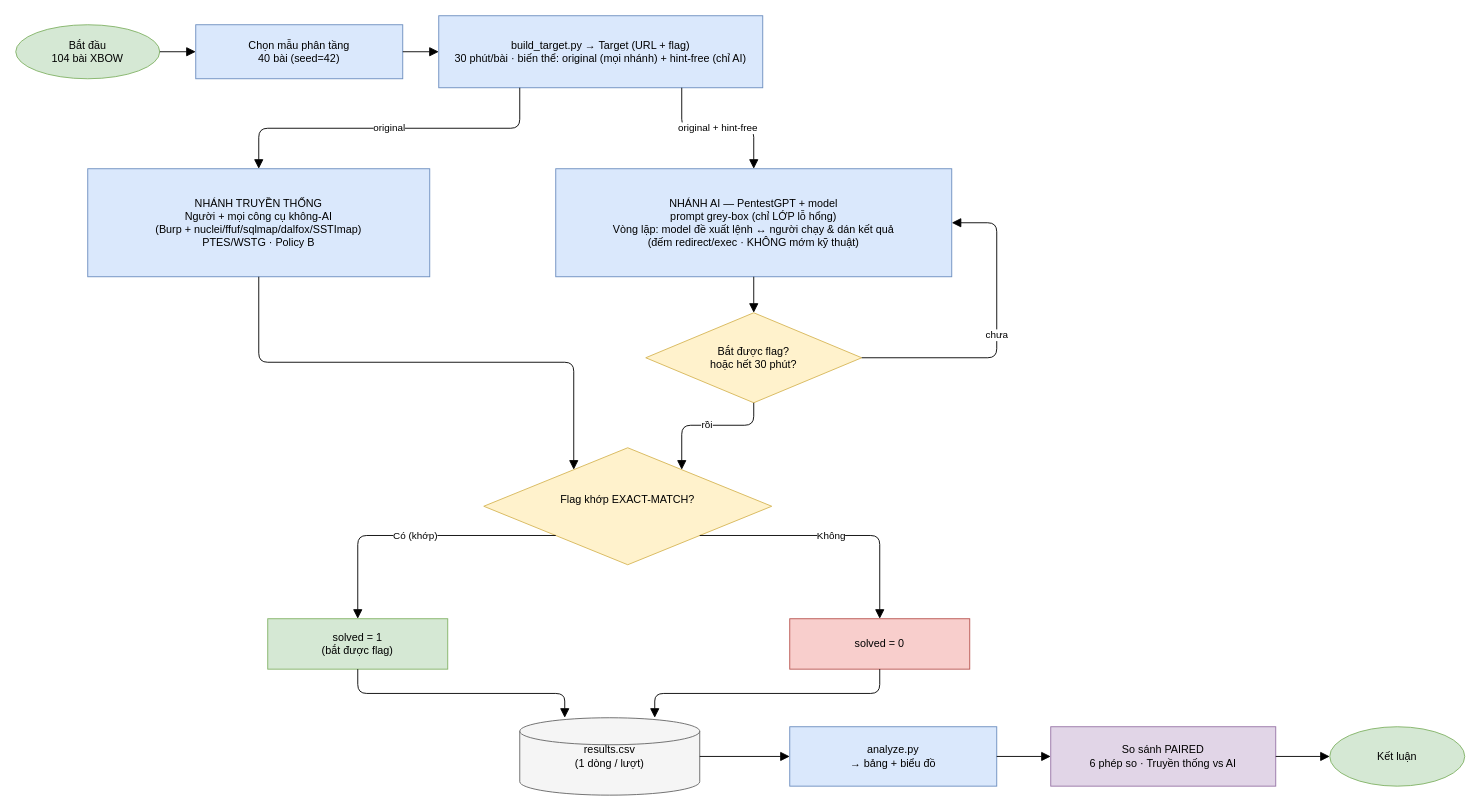
Before: docs/workflow.drawio in VuNguyenBinh/KLTN-FA26, a draw.io diagram. Source tidied: cells renumbered, new cells numbered last; positions are measured from the earlier drawing's top-left corner, leaving out a move shared by most shapes. Both pictures are drawn from the tidied source at 90%, with x=0, y=0 at pixel (15, 15).
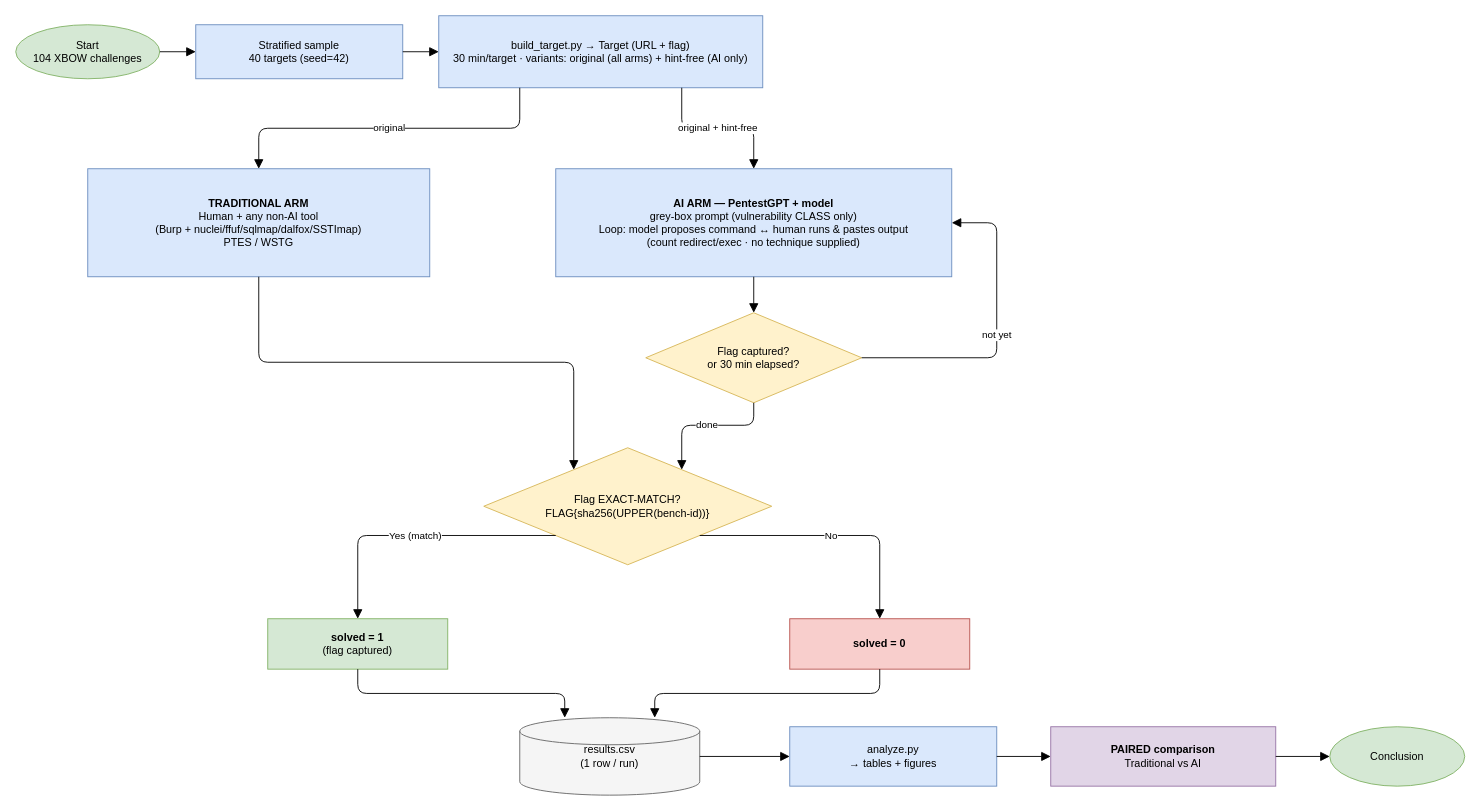
The same page after the edit.

Commit message:
docs(workflow.drawio): translate to English, fix empty EXACT-MATCH node

- All node/edge labels translated to English (start, sample, build_target,
  traditional/AI arms, decisions, solved 1/0, results.csv, analyze, paired,
  conclusion)
- Fixed the EXACT-MATCH diamond that had an empty <div> and no formula; now
  shows "Flag EXACT-MATCH? FLAG{sha256(UPPER(bench-id))}"
- Bold titles on the arm/outcome boxes; white background and layout unchanged

What changed in the source:
```diff
@@
-    <mxCell id="2" value="Bắt đầu&#10;104 bài XBOW" style="ellipse;whiteSpace=wrap;html=1;convertToSvg=1;fillColor=#d5e8d4;strokeColor=#82b366;" parent="1" vertex="1">
+    <mxCell id="2" value="Start&#10;104 XBOW challenges" style="ellipse;whiteSpace=wrap;html=1;convertToSvg=1;fillColor=#d5e8d4;strokeColor=#82b366;" parent="1" vertex="1">
       <mxGeometry y="10" width="160" height="60" as="geometry" />
     </mxCell>
-    <mxCell id="3" value="Chọn mẫu phân tầng&#10;40 bài (seed=42)" style="rounded=0;whiteSpace=wrap;html=1;convertToSvg=1;fillColor=#dae8fc;strokeColor=#6c8ebf;" parent="1" vertex="1">
+    <mxCell id="3" value="Stratified sample&#10;40 targets (seed=42)" style="rounded=0;whiteSpace=wrap;html=1;convertToSvg=1;fillColor=#dae8fc;strokeColor=#6c8ebf;" parent="1" vertex="1">
       <mxGeometry x="200" y="10" width="230" height="60" as="geometry" />
     </mxCell>
-    <mxCell id="4" value="build_target.py → Target (URL + flag)&#10;30 phút/bài · biến thể: original (mọi nhánh) + hint-free (chỉ AI)" style="rounded=0;whiteSpace=wrap;html=1;convertToSvg=1;fillColor=#dae8fc;strokeColor=#6c8ebf;" parent="1" vertex="1">
+    <mxCell id="4" value="build_target.py → Target (URL + flag)&#10;30 min/target · variants: original (all arms) + hint-free (AI only)" style="rounded=0;whiteSpace=wrap;html=1;convertToSvg=1;fillColor=#dae8fc;strokeColor=#6c8ebf;" parent="1" vertex="1">
       <mxGeometry x="470" width="360" height="80" as="geometry" />
     </mxCell>
-    <mxCell id="5" value="NHÁNH TRUYỀN THỐNG&#10;Người + mọi công cụ không-AI&#10;(Burp + nuclei/ffuf/sqlmap/dalfox/SSTImap)&#10;PTES/WSTG · Policy B" style="rounded=0;whiteSpace=wrap;html=1;convertToSvg=1;fillColor=#dae8fc;strokeColor=#6c8ebf;" parent="1" vertex="1">
+    <mxCell id="5" value="&lt;b&gt;TRADITIONAL ARM&lt;/b&gt;&#10;Human + any non-AI tool&#10;(Burp + nuclei/ffuf/sqlmap/dalfox/SSTImap)&#10;PTES / WSTG" style="rounded=0;whiteSpace=wrap;html=1;convertToSvg=1;fillColor=#dae8fc;strokeColor=#6c8ebf;" parent="1" vertex="1">
       <mxGeometry x="80" y="170" width="380" height="120" as="geometry" />
     </mxCell>
-    <mxCell id="6" value="NHÁNH AI — PentestGPT + model&#10;prompt grey-box (chỉ LỚP lỗ hổng)&#10;Vòng lặp: model đề xuất lệnh ↔ người chạy &amp; dán kết quả&#10;(đếm redirect/exec · KHÔNG mớm kỹ thuật)" style="rounded=0;whiteSpace=wrap;html=1;convertToSvg=1;fillColor=#dae8fc;strokeColor=#6c8ebf;" parent="1" vertex="1">
+    <mxCell id="6" value="&lt;b&gt;AI ARM — PentestGPT + model&lt;/b&gt;&#10;grey-box prompt (vulnerability CLASS only)&#10;Loop: model proposes command ↔ human runs &amp; pastes output&#10;(count redirect/exec · no technique supplied)" style="rounded=0;whiteSpace=wrap;html=1;convertToSvg=1;fillColor=#dae8fc;strokeColor=#6c8ebf;" parent="1" vertex="1">
       <mxGeometry x="600" y="170" width="440" height="120" as="geometry" />
     </mxCell>
-    <mxCell id="7" value="Bắt được flag?&#10;hoặc hết 30 phút?" style="rhombus;whiteSpace=wrap;html=1;convertToSvg=1;fillColor=#fff2cc;strokeColor=#d6b656;" parent="1" vertex="1">
+    <mxCell id="7" value="Flag captured?&#10;or 30 min elapsed?" style="rhombus;whiteSpace=wrap;html=1;convertToSvg=1;fillColor=#fff2cc;strokeColor=#d6b656;" parent="1" vertex="1">
       <mxGeometry x="700" y="330" width="240" height="100" as="geometry" />
     </mxCell>
-    <mxCell id="8" value="Flag khớp EXACT-MATCH?&lt;div&gt;&lt;br/&gt;&lt;/div&gt;" style="rhombus;whiteSpace=wrap;html=1;convertToSvg=1;fillColor=#fff2cc;strokeColor=#d6b656;" parent="1" vertex="1">
+    <mxCell id="8" value="Flag EXACT-MATCH?&#10;FLAG{sha256(UPPER(bench-id))}" style="rhombus;whiteSpace=wrap;html=1;convertToSvg=1;fillColor=#fff2cc;strokeColor=#d6b656;" parent="1" vertex="1">
       <mxGeometry x="520" y="480" width="320" height="130" as="geometry" />
     </mxCell>
-    <mxCell id="9" value="solved = 1&#10;(bắt được flag)" style="rounded=0;whiteSpace=wrap;html=1;convertToSvg=1;fillColor=#d5e8d4;strokeColor=#82b366;" parent="1" vertex="1">
+    <mxCell id="9" value="&lt;b&gt;solved = 1&lt;/b&gt;&#10;(flag captured)" style="rounded=0;whiteSpace=wrap;html=1;convertToSvg=1;fillColor=#d5e8d4;strokeColor=#82b366;" parent="1" vertex="1">
       <mxGeometry x="280" y="670" width="200" height="56" as="geometry" />
     </mxCell>
-    <mxCell id="10" value="solved = 0" style="rounded=0;whiteSpace=wrap;html=1;convertToSvg=1;fillColor=#f8cecc;strokeColor=#b85450;" parent="1" vertex="1">
+    <mxCell id="10" value="&lt;b&gt;solved = 0&lt;/b&gt;" style="rounded=0;whiteSpace=wrap;html=1;convertToSvg=1;fillColor=#f8cecc;strokeColor=#b85450;" parent="1" vertex="1">
       <mxGeometry x="860" y="670" width="200" height="56" as="geometry" />
     </mxCell>
-    <mxCell id="11" value="results.csv&#10;(1 dòng / lượt)" style="shape=cylinder3;whiteSpace=wrap;html=1;convertToSvg=1;fillColor=#f5f5f5;strokeColor=#666666;" parent="1" vertex="1">
+    <mxCell id="11" value="results.csv&#10;(1 row / run)" style="shape=cylinder3;whiteSpace=wrap;html=1;convertToSvg=1;fillColor=#f5f5f5;strokeColor=#666666;" parent="1" vertex="1">
       <mxGeometry x="560" y="780" width="200" height="86" as="geometry" />
     </mxCell>
-    <mxCell id="12" value="analyze.py&#10;→ bảng + biểu đồ" style="rounded=0;whiteSpace=wrap;html=1;convertToSvg=1;fillColor=#dae8fc;strokeColor=#6c8ebf;" parent="1" vertex="1">
+    <mxCell id="12" value="analyze.py&#10;→ tables + figures" style="rounded=0;whiteSpace=wrap;html=1;convertToSvg=1;fillColor=#dae8fc;strokeColor=#6c8ebf;" parent="1" vertex="1">
       <mxGeometry x="860" y="790" width="230" height="66" as="geometry" />
     </mxCell>
-    <mxCell id="13" value="So sánh PAIRED&#10;6 phép so · Truyền thống vs AI" style="rounded=0;whiteSpace=wrap;html=1;convertToSvg=1;fillColor=#e1d5e7;strokeColor=#9673a6;" parent="1" vertex="1">
+    <mxCell id="13" value="&lt;b&gt;PAIRED comparison&lt;/b&gt;&#10;Traditional vs AI" style="rounded=0;whiteSpace=wrap;html=1;convertToSvg=1;fillColor=#e1d5e7;strokeColor=#9673a6;" parent="1" vertex="1">
       <mxGeometry x="1150" y="790" width="250" height="66" as="geometry" />
     </mxCell>
-    <mxCell id="14" value="Kết luận" style="ellipse;whiteSpace=wrap;html=1;convertToSvg=1;fillColor=#d5e8d4;strokeColor=#82b366;" parent="1" vertex="1">
+    <mxCell id="14" value="Conclusion" style="ellipse;whiteSpace=wrap;html=1;convertToSvg=1;fillColor=#d5e8d4;strokeColor=#82b366;" parent="1" vertex="1">
       <mxGeometry x="1460" y="790" width="150" height="66" as="geometry" />
     </mxCell>
@@
-    <mxCell id="21" value="chưa" style="edgeStyle=orthogonalEdgeStyle;rounded=1;jettySize=auto;html=1;endArrow=block;endSize=8;exitX=1;exitY=0.5;exitDx=0;exitDy=0;entryX=1;entryY=0.5;entryDx=0;entryDy=0;" parent="1" edge="1" source="7" target="6">
+    <mxCell id="21" value="not yet" style="edgeStyle=orthogonalEdgeStyle;rounded=1;jettySize=auto;html=1;endArrow=block;endSize=8;exitX=1;exitY=0.5;exitDx=0;exitDy=0;entryX=1;entryY=0.5;entryDx=0;entryDy=0;" parent="1" edge="1" source="7" target="6">
       <mxGeometry relative="1" as="geometry">
         <Array as="points">
           <mxPoint x="1090" y="380" />
           <mxPoint x="1090" y="230" />
         </Array>
       </mxGeometry>
     </mxCell>
-    <mxCell id="22" value="rồi" style="edgeStyle=orthogonalEdgeStyle;rounded=1;jettySize=auto;html=1;endArrow=block;endSize=8;exitX=0.5;exitY=1;exitDx=0;exitDy=0;entryX=0.8;entryY=0;entryDx=0;entryDy=0;" parent="1" edge="1" source="7" target="8">
+    <mxCell id="22" value="done" style="edgeStyle=orthogonalEdgeStyle;rounded=1;jettySize=auto;html=1;endArrow=block;endSize=8;exitX=0.5;exitY=1;exitDx=0;exitDy=0;entryX=0.8;entryY=0;entryDx=0;entryDy=0;" parent="1" edge="1" source="7" target="8">
       <mxGeometry relative="1" as="geometry" />
     </mxCell>
-    <mxCell id="23" value="Có (khớp)" style="edgeStyle=orthogonalEdgeStyle;rounded=1;jettySize=auto;html=1;endArrow=block;endSize=8;exitX=0.25;exitY=0.75;exitDx=0;exitDy=0;entryX=0.5;entryY=0;entryDx=0;entryDy=0;" parent="1" edge="1" source="8" target="9">
+    <mxCell id="23" value="Yes (match)" style="edgeStyle=orthogonalEdgeStyle;rounded=1;jettySize=auto;html=1;endArrow=block;endSize=8;exitX=0.25;exitY=0.75;exitDx=0;exitDy=0;entryX=0.5;entryY=0;entryDx=0;entryDy=0;" parent="1" edge="1" source="8" target="9">
       <mxGeometry relative="1" as="geometry" />
     </mxCell>
-    <mxCell id="24" value="Không" style="edgeStyle=orthogonalEdgeStyle;rounded=1;jettySize=auto;html=1;endArrow=block;endSize=8;exitX=0.75;exitY=0.75;exitDx=0;exitDy=0;entryX=0.5;entryY=0;entryDx=0;entryDy=0;" parent="1" edge="1" source="8" target="10">
+    <mxCell id="24" value="No" style="edgeStyle=orthogonalEdgeStyle;rounded=1;jettySize=auto;html=1;endArrow=block;endSize=8;exitX=0.75;exitY=0.75;exitDx=0;exitDy=0;entryX=0.5;entryY=0;entryDx=0;entryDy=0;" parent="1" edge="1" source="8" target="10">
       <mxGeometry relative="1" as="geometry" />
     </mxCell>
```
